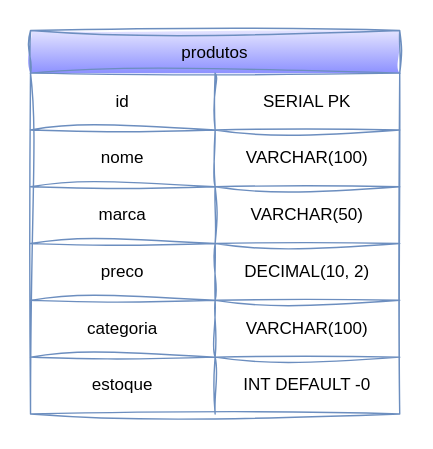
The draw.io diagram diagramas/produtos.drawio in gabiyamamoto/progresso-banco-de-dados, before the edit. Source tidied: cells renumbered, new cells numbered last; positions are measured from the earlier drawing's top-left corner, leaving out a move shared by most shapes. Both pictures are drawn from the tidied source at 142%, with x=0, y=0 at pixel (30, 30).
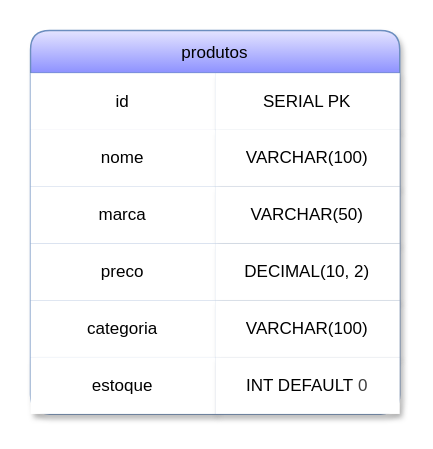
The same page after the edit.

Commit message (it also covers changes not shown here):
feat: personalizando a DER de produtos

What changed in the source:
```diff
@@
-    <mxCell id="2" value="produtos" style="shape=table;startSize=30;childLayout=tableLayout;sketch=1;curveFitting=1;jiggle=2;fillColor=#E4E4FF;strokeColor=#6c8ebf;gradientColor=#8D91FF;swimlaneFillColor=none;" parent="1" vertex="1">
+    <mxCell id="2" value="produtos" style="shape=table;startSize=30;childLayout=tableLayout;fillColor=#E4E4FF;strokeColor=#6c8ebf;gradientColor=#8D91FF;swimlaneFillColor=none;rounded=1;swimlaneLine=1;shadow=1;" parent="1" vertex="1">
       <mxGeometry width="260" height="270" as="geometry" />
     </mxCell>
-    <mxCell id="3" style="shape=tableRow;horizontal=0;startSize=0;swimlaneHead=0;swimlaneBody=0;strokeColor=inherit;top=0;left=0;bottom=0;right=0;fillColor=none;sketch=1;curveFitting=1;jiggle=2;" parent="2" vertex="1">
+    <mxCell id="3" style="shape=tableRow;horizontal=0;startSize=0;swimlaneHead=0;swimlaneBody=0;strokeColor=inherit;top=0;left=0;bottom=0;right=0;fillColor=none;" parent="2" vertex="1">
       <mxGeometry y="30" width="260" height="40" as="geometry" />
     </mxCell>
-    <mxCell id="4" value="id" style="shape=partialRectangle;html=1;whiteSpace=wrap;strokeColor=inherit;overflow=hidden;fillColor=none;top=0;left=0;bottom=0;right=0;sketch=1;curveFitting=1;jiggle=2;" parent="3" vertex="1">
+    <mxCell id="4" value="id" style="shape=partialRectangle;html=1;whiteSpace=wrap;strokeColor=#d6b656;overflow=hidden;fillColor=#FFFFFF;top=0;left=0;bottom=0;right=0;fillStyle=solid;" parent="3" vertex="1">
       <mxGeometry width="130" height="40" as="geometry" />
     </mxCell>
-    <mxCell id="5" value="SERIAL PK" style="shape=partialRectangle;html=1;whiteSpace=wrap;strokeColor=#6c8ebf;overflow=hidden;fillColor=none;top=0;left=0;bottom=0;right=0;sketch=1;curveFitting=1;jiggle=2;gradientColor=default;" parent="3" vertex="1">
+    <mxCell id="5" value="SERIAL PK" style="shape=partialRectangle;html=1;whiteSpace=wrap;overflow=hidden;top=0;left=0;bottom=0;right=0;shadow=1;" parent="3" vertex="1">
       <mxGeometry x="130" width="130" height="40" as="geometry" />
     </mxCell>
-    <mxCell id="6" style="shape=tableRow;horizontal=0;startSize=0;swimlaneHead=0;swimlaneBody=0;strokeColor=inherit;top=0;left=0;bottom=0;right=0;fillColor=none;sketch=1;curveFitting=1;jiggle=2;" parent="2" vertex="1">
+    <mxCell id="6" style="shape=tableRow;horizontal=0;startSize=0;swimlaneHead=0;swimlaneBody=0;strokeColor=inherit;top=0;left=0;bottom=0;right=0;fillColor=none;" parent="2" vertex="1">
       <mxGeometry y="70" width="260" height="40" as="geometry" />
     </mxCell>
-    <mxCell id="7" value="nome" style="shape=partialRectangle;html=1;whiteSpace=wrap;strokeColor=inherit;overflow=hidden;fillColor=none;top=0;left=0;bottom=0;right=0;sketch=1;curveFitting=1;jiggle=2;" parent="6" vertex="1">
+    <mxCell id="7" value="nome" style="shape=partialRectangle;html=1;whiteSpace=wrap;overflow=hidden;top=0;left=0;bottom=0;right=0;" parent="6" vertex="1">
       <mxGeometry width="130" height="40" as="geometry" />
     </mxCell>
-    <mxCell id="8" value="VARCHAR(100)" style="shape=partialRectangle;html=1;whiteSpace=wrap;strokeColor=inherit;overflow=hidden;fillColor=none;top=0;left=0;bottom=0;right=0;sketch=1;curveFitting=1;jiggle=2;" parent="6" vertex="1">
+    <mxCell id="8" value="VARCHAR(100)" style="shape=partialRectangle;html=1;whiteSpace=wrap;overflow=hidden;top=0;left=0;bottom=0;right=0;shadow=1;" parent="6" vertex="1">
       <mxGeometry x="130" width="130" height="40" as="geometry" />
     </mxCell>
-    <mxCell id="9" style="shape=tableRow;horizontal=0;startSize=0;swimlaneHead=0;swimlaneBody=0;strokeColor=inherit;top=0;left=0;bottom=0;right=0;fillColor=none;sketch=1;curveFitting=1;jiggle=2;" parent="2" vertex="1">
+    <mxCell id="9" style="shape=tableRow;horizontal=0;startSize=0;swimlaneHead=0;swimlaneBody=0;strokeColor=inherit;top=0;left=0;bottom=0;right=0;fillColor=none;" parent="2" vertex="1">
       <mxGeometry y="110" width="260" height="40" as="geometry" />
     </mxCell>
-    <mxCell id="10" value="marca" style="shape=partialRectangle;html=1;whiteSpace=wrap;strokeColor=inherit;overflow=hidden;fillColor=none;top=0;left=0;bottom=0;right=0;sketch=1;curveFitting=1;jiggle=2;" parent="9" vertex="1">
+    <mxCell id="10" value="marca" style="shape=partialRectangle;html=1;whiteSpace=wrap;overflow=hidden;top=0;left=0;bottom=0;right=0;" parent="9" vertex="1">
       <mxGeometry width="130" height="40" as="geometry" />
     </mxCell>
-    <mxCell id="11" value="VARCHAR(50)" style="shape=partialRectangle;html=1;whiteSpace=wrap;strokeColor=inherit;overflow=hidden;fillColor=none;top=0;left=0;bottom=0;right=0;sketch=1;curveFitting=1;jiggle=2;" parent="9" vertex="1">
+    <mxCell id="11" value="VARCHAR(50)" style="shape=partialRectangle;html=1;whiteSpace=wrap;overflow=hidden;top=0;left=0;bottom=0;right=0;shadow=1;" parent="9" vertex="1">
       <mxGeometry x="130" width="130" height="40" as="geometry" />
     </mxCell>
-    <mxCell id="12" style="shape=tableRow;horizontal=0;startSize=0;swimlaneHead=0;swimlaneBody=0;strokeColor=inherit;top=0;left=0;bottom=0;right=0;fillColor=none;sketch=1;curveFitting=1;jiggle=2;" parent="2" vertex="1">
+    <mxCell id="12" style="shape=tableRow;horizontal=0;startSize=0;swimlaneHead=0;swimlaneBody=0;strokeColor=inherit;top=0;left=0;bottom=0;right=0;fillColor=none;" parent="2" vertex="1">
       <mxGeometry y="150" width="260" height="40" as="geometry" />
     </mxCell>
-    <mxCell id="13" value="preco" style="shape=partialRectangle;html=1;whiteSpace=wrap;strokeColor=inherit;overflow=hidden;fillColor=none;top=0;left=0;bottom=0;right=0;sketch=1;curveFitting=1;jiggle=2;" parent="12" vertex="1">
+    <mxCell id="13" value="preco" style="shape=partialRectangle;html=1;whiteSpace=wrap;overflow=hidden;top=0;left=0;bottom=0;right=0;" parent="12" vertex="1">
       <mxGeometry width="130" height="40" as="geometry" />
     </mxCell>
-    <mxCell id="14" value="DECIMAL(10, 2)" style="shape=partialRectangle;html=1;whiteSpace=wrap;strokeColor=inherit;overflow=hidden;fillColor=none;top=0;left=0;bottom=0;right=0;sketch=1;curveFitting=1;jiggle=2;" parent="12" vertex="1">
+    <mxCell id="14" value="DECIMAL(10, 2)" style="shape=partialRectangle;html=1;whiteSpace=wrap;overflow=hidden;top=0;left=0;bottom=0;right=0;shadow=1;" parent="12" vertex="1">
       <mxGeometry x="130" width="130" height="40" as="geometry" />
     </mxCell>
-    <mxCell id="15" style="shape=tableRow;horizontal=0;startSize=0;swimlaneHead=0;swimlaneBody=0;strokeColor=inherit;top=0;left=0;bottom=0;right=0;fillColor=none;sketch=1;curveFitting=1;jiggle=2;" parent="2" vertex="1">
+    <mxCell id="15" style="shape=tableRow;horizontal=0;startSize=0;swimlaneHead=0;swimlaneBody=0;strokeColor=inherit;top=0;left=0;bottom=0;right=0;fillColor=none;" parent="2" vertex="1">
       <mxGeometry y="190" width="260" height="40" as="geometry" />
     </mxCell>
-    <mxCell id="16" value="categoria" style="shape=partialRectangle;html=1;whiteSpace=wrap;strokeColor=inherit;overflow=hidden;fillColor=none;top=0;left=0;bottom=0;right=0;sketch=1;curveFitting=1;jiggle=2;" parent="15" vertex="1">
+    <mxCell id="16" value="categoria" style="shape=partialRectangle;html=1;whiteSpace=wrap;overflow=hidden;top=0;left=0;bottom=0;right=0;" parent="15" vertex="1">
       <mxGeometry width="130" height="40" as="geometry" />
     </mxCell>
-    <mxCell id="17" value="VARCHAR(100)" style="shape=partialRectangle;html=1;whiteSpace=wrap;strokeColor=inherit;overflow=hidden;fillColor=none;top=0;left=0;bottom=0;right=0;sketch=1;curveFitting=1;jiggle=2;" parent="15" vertex="1">
+    <mxCell id="17" value="VARCHAR(100)" style="shape=partialRectangle;html=1;whiteSpace=wrap;overflow=hidden;top=0;left=0;bottom=0;right=0;shadow=1;" parent="15" vertex="1">
       <mxGeometry x="130" width="130" height="40" as="geometry" />
     </mxCell>
-    <mxCell id="18" style="shape=tableRow;horizontal=0;startSize=0;swimlaneHead=0;swimlaneBody=0;strokeColor=inherit;top=0;left=0;bottom=0;right=0;fillColor=none;sketch=1;curveFitting=1;jiggle=2;" parent="2" vertex="1">
+    <mxCell id="18" style="shape=tableRow;horizontal=0;startSize=0;swimlaneHead=0;swimlaneBody=0;strokeColor=inherit;top=0;left=0;bottom=0;right=0;fillColor=none;" parent="2" vertex="1">
       <mxGeometry y="230" width="260" height="40" as="geometry" />
     </mxCell>
-    <mxCell id="19" value="estoque" style="shape=partialRectangle;html=1;whiteSpace=wrap;strokeColor=inherit;overflow=hidden;fillColor=none;top=0;left=0;bottom=0;right=0;sketch=1;curveFitting=1;jiggle=2;" parent="18" vertex="1">
+    <mxCell id="19" value="estoque" style="shape=partialRectangle;html=1;whiteSpace=wrap;overflow=hidden;top=0;left=0;bottom=0;right=0;shadow=1;" parent="18" vertex="1">
       <mxGeometry width="130" height="40" as="geometry" />
     </mxCell>
-    <mxCell id="20" value="INT DEFAULT -0" style="shape=partialRectangle;html=1;whiteSpace=wrap;strokeColor=inherit;overflow=hidden;fillColor=none;top=0;left=0;bottom=0;right=0;sketch=1;curveFitting=1;jiggle=2;" parent="18" vertex="1">
+    <mxCell id="20" value="INT DEFAULT&amp;nbsp;&lt;span style=&quot;color: rgb(63, 63, 63); background-color: transparent;&quot;&gt;0&lt;/span&gt;" style="shape=partialRectangle;html=1;whiteSpace=wrap;overflow=hidden;top=0;left=0;bottom=0;right=0;shadow=1;" parent="18" vertex="1">
       <mxGeometry x="130" width="130" height="40" as="geometry" />
     </mxCell>
```
